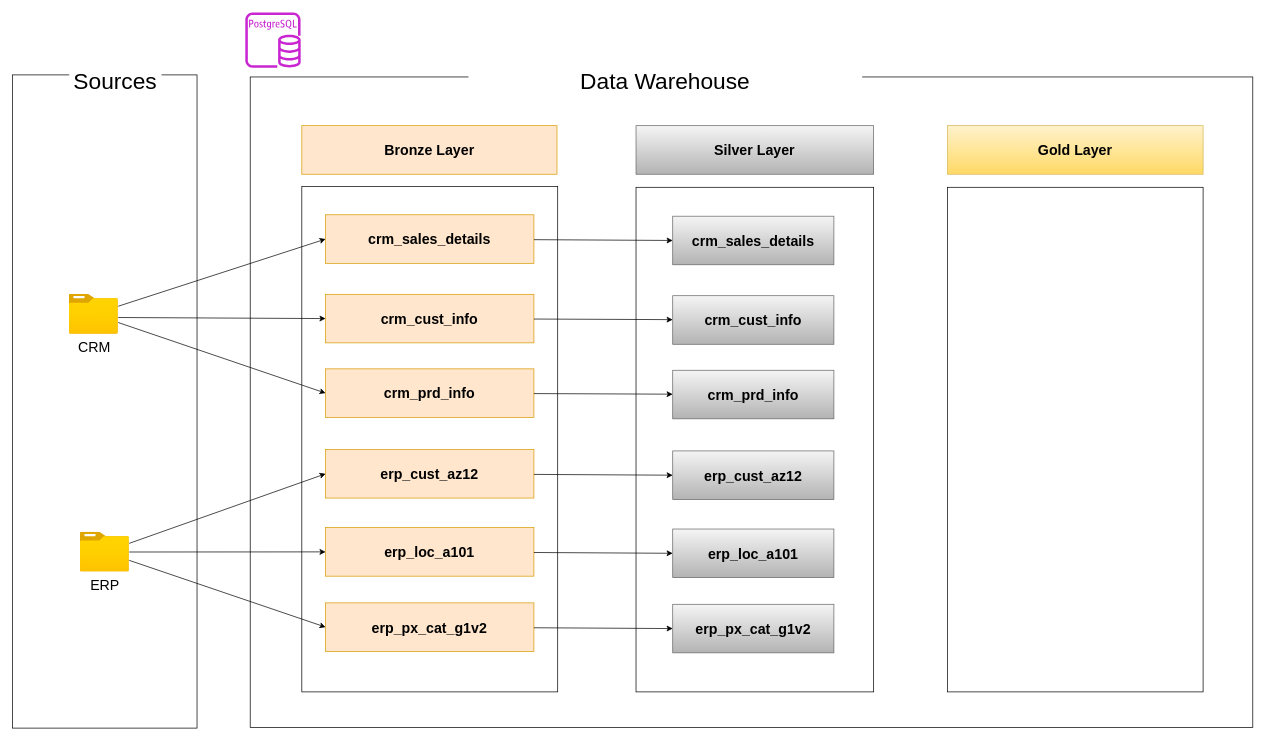
This is documents/Data_Flow_Diagram.drawio from DominicSamoes/data_warehouse, a draw.io file, before an edit. Source tidied: cells renumbered, new cells numbered last; positions are measured from the earlier drawing's top-left corner, leaving out a move shared by most shapes. Both pictures are drawn from the tidied source at 71%, with x=0, y=0 at pixel (12, 12).
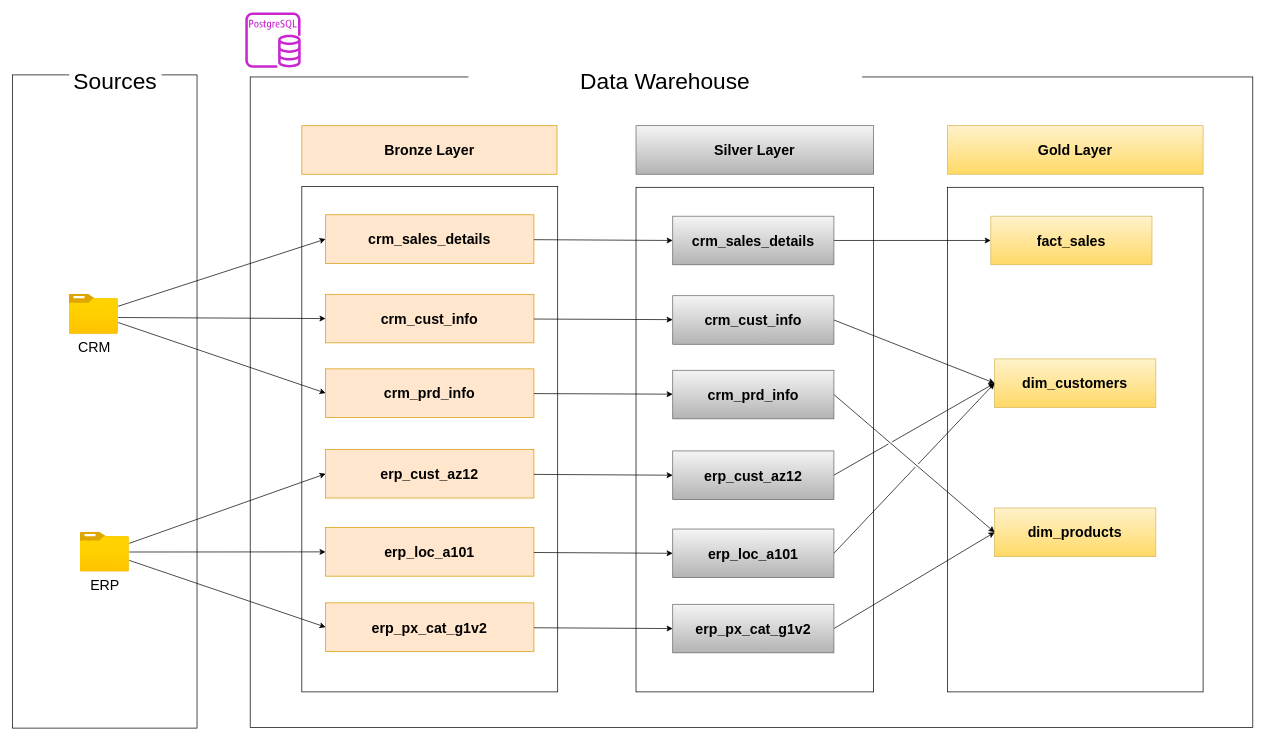
The same diagram, later.

Unchanged cells that the change refers to:
```xml
<mxCell id="7" style="group;" parent="1" vertex="1">
  <mxGeometry x="307" y="67" width="1440" height="940" as="geometry" />
</mxCell>
<mxCell id="29" value="&lt;font style=&quot;font-size: 20px;&quot;&gt;crm_sales_details&lt;/font&gt;" style="rounded=0;whiteSpace=wrap;html=1;fillColor=#f5f5f5;strokeColor=#666666;fontStyle=1;gradientColor=#b3b3b3;" parent="1" vertex="1">
  <mxGeometry x="930" y="287" width="227" height="68.4" as="geometry" />
</mxCell>
<mxCell id="30" value="&lt;font style=&quot;font-size: 20px;&quot;&gt;crm_cust_info&lt;/font&gt;" style="rounded=0;whiteSpace=wrap;html=1;fillColor=#f5f5f5;strokeColor=#666666;fontStyle=1;gradientColor=#b3b3b3;" parent="1" vertex="1">
  <mxGeometry x="930" y="399" width="227" height="68.4" as="geometry" />
</mxCell>
<mxCell id="31" value="&lt;font style=&quot;font-size: 20px;&quot;&gt;crm_prd_info&lt;/font&gt;" style="rounded=0;whiteSpace=wrap;html=1;fillColor=#f5f5f5;strokeColor=#666666;fontStyle=1;gradientColor=#b3b3b3;" parent="1" vertex="1">
  <mxGeometry x="930" y="504" width="227" height="68.4" as="geometry" />
</mxCell>
<mxCell id="32" value="&lt;font style=&quot;font-size: 20px;&quot;&gt;erp_cust_az12&lt;/font&gt;" style="rounded=0;whiteSpace=wrap;html=1;fillColor=#f5f5f5;strokeColor=#666666;fontStyle=1;gradientColor=#b3b3b3;" parent="1" vertex="1">
  <mxGeometry x="930" y="617.6" width="227" height="68.4" as="geometry" />
</mxCell>
<mxCell id="33" value="&lt;font style=&quot;font-size: 20px;&quot;&gt;erp_loc_a101&lt;/font&gt;" style="rounded=0;whiteSpace=wrap;html=1;fillColor=#f5f5f5;strokeColor=#666666;fontStyle=1;gradientColor=#b3b3b3;" parent="1" vertex="1">
  <mxGeometry x="930" y="727.6" width="227" height="68.4" as="geometry" />
</mxCell>
<mxCell id="34" value="&lt;font style=&quot;font-size: 20px;&quot;&gt;erp_px_cat_g1v2&lt;/font&gt;" style="rounded=0;whiteSpace=wrap;html=1;fillColor=#f5f5f5;strokeColor=#666666;fontStyle=1;gradientColor=#b3b3b3;" parent="1" vertex="1">
  <mxGeometry x="930" y="833.6" width="227" height="68.4" as="geometry" />
</mxCell>
```

Diff of the diagram source:
```diff
@@
+    <mxCell id="41" value="&lt;font style=&quot;font-size: 20px;&quot;&gt;fact_sales&lt;/font&gt;" style="rounded=0;whiteSpace=wrap;html=1;fillColor=#fff2cc;strokeColor=#d6b656;fontStyle=1;gradientColor=#ffd966;" parent="7" vertex="1">
+      <mxGeometry x="1071" y="220" width="227" height="68.4" as="geometry" />
+    </mxCell>
+    <mxCell id="42" value="&lt;font style=&quot;font-size: 20px;&quot;&gt;dim_products&lt;/font&gt;" style="rounded=0;whiteSpace=wrap;html=1;fillColor=#fff2cc;strokeColor=#d6b656;fontStyle=1;gradientColor=#ffd966;" parent="7" vertex="1">
+      <mxGeometry x="1076.4" y="631" width="227" height="68.4" as="geometry" />
+    </mxCell>
+    <mxCell id="43" value="&lt;font style=&quot;font-size: 20px;&quot;&gt;dim_customers&lt;/font&gt;" style="rounded=0;whiteSpace=wrap;html=1;fillColor=#fff2cc;strokeColor=#d6b656;fontStyle=1;gradientColor=#ffd966;" parent="7" vertex="1">
+      <mxGeometry x="1076.4" y="421" width="227" height="68.4" as="geometry" />
+    </mxCell>
@@
+    <mxCell id="44" style="edgeStyle=none;html=1;entryX=0;entryY=0.5;entryDx=0;entryDy=0;exitX=1;exitY=0.5;exitDx=0;exitDy=0;" parent="1" edge="1" source="29" target="41">
+      <mxGeometry relative="1" as="geometry" />
+    </mxCell>
@@
+    <mxCell id="45" style="edgeStyle=none;html=1;entryX=0;entryY=0.5;entryDx=0;entryDy=0;exitX=1;exitY=0.5;exitDx=0;exitDy=0;jumpStyle=gap;" parent="1" edge="1" source="30" target="43">
+      <mxGeometry relative="1" as="geometry" />
+    </mxCell>
@@
+    <mxCell id="46" style="edgeStyle=none;html=1;entryX=0;entryY=0.5;entryDx=0;entryDy=0;exitX=1;exitY=0.5;exitDx=0;exitDy=0;jumpStyle=gap;" parent="1" edge="1" source="31" target="42">
+      <mxGeometry relative="1" as="geometry" />
+    </mxCell>
@@
+    <mxCell id="47" style="edgeStyle=none;html=1;entryX=0;entryY=0.5;entryDx=0;entryDy=0;exitX=1;exitY=0.5;exitDx=0;exitDy=0;jumpStyle=gap;" parent="1" edge="1" source="32" target="43">
+      <mxGeometry relative="1" as="geometry" />
+    </mxCell>
@@
+    <mxCell id="48" style="edgeStyle=none;html=1;entryX=0;entryY=0.5;entryDx=0;entryDy=0;exitX=1;exitY=0.5;exitDx=0;exitDy=0;jumpStyle=gap;" parent="1" edge="1" source="33" target="43">
+      <mxGeometry relative="1" as="geometry" />
+    </mxCell>
@@
+    <mxCell id="49" style="edgeStyle=none;html=1;entryX=0;entryY=0.5;entryDx=0;entryDy=0;exitX=1;exitY=0.5;exitDx=0;exitDy=0;jumpStyle=gap;" parent="1" edge="1" source="34" target="42">
+      <mxGeometry relative="1" as="geometry" />
+    </mxCell>
```
